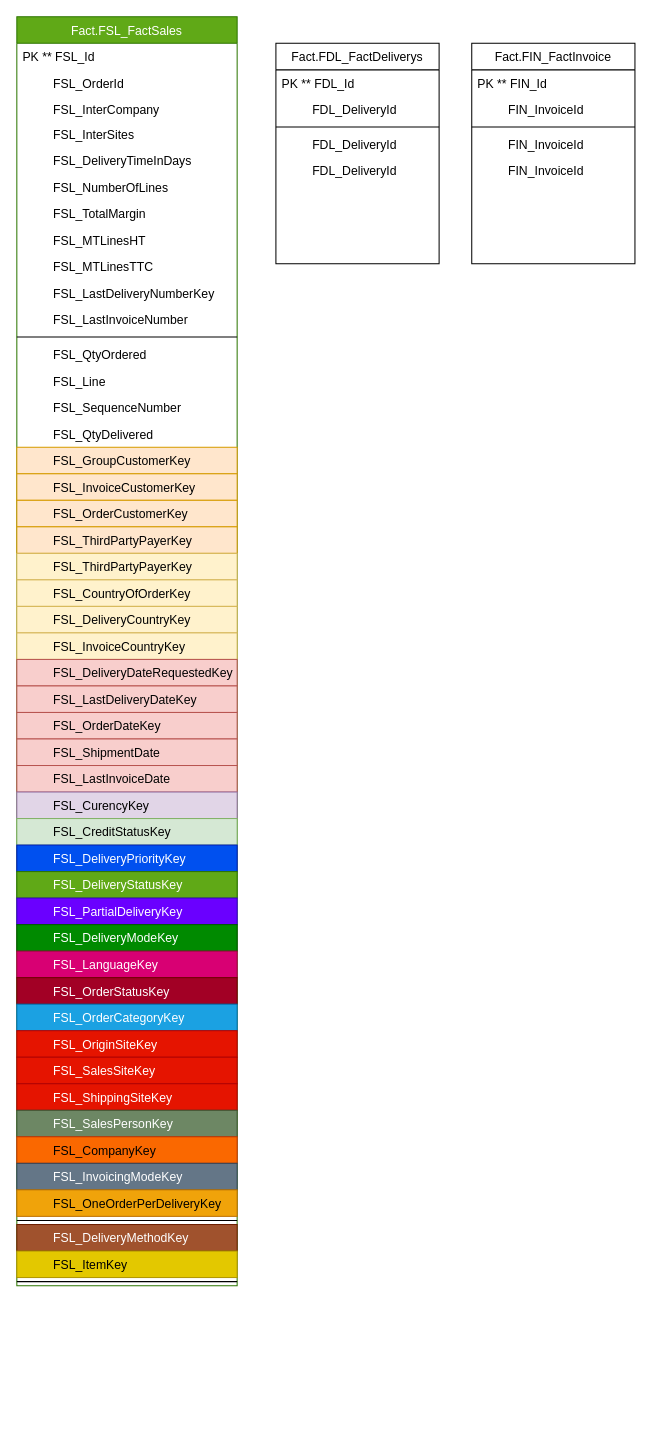
This is Diagramme sans nom.drawio from BorchaniMohamed/BI_PROJECT_PFE, a draw.io file, before an edit. Source tidied: cells renumbered, new cells numbered last; positions are measured from the earlier drawing's top-left corner, leaving out a move shared by most shapes. Both pictures are drawn from the tidied source at 102%, with x=0, y=0 at pixel (16, 16).
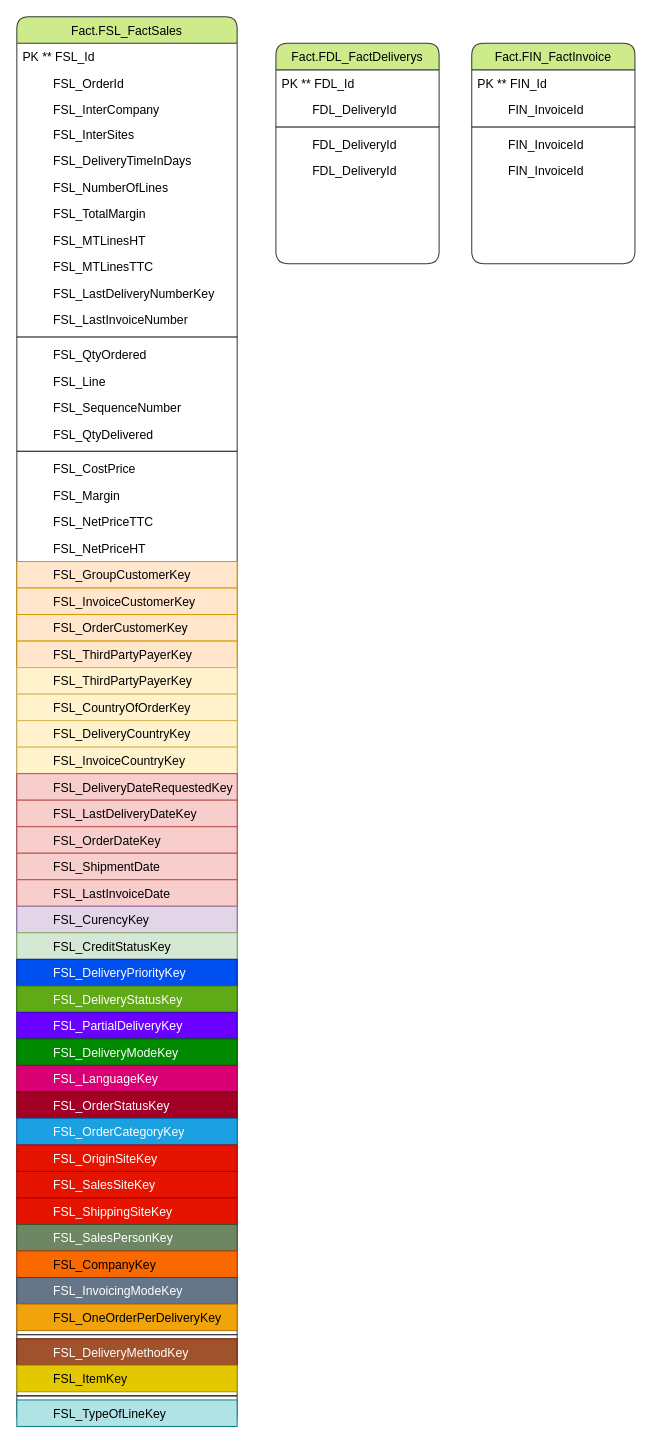
The same diagram, later.

Commit message (it also covers changes not shown here):
Mettre à jour Diagramme sans nom.drawio

The edit, as a diff of the source:
```diff
@@
-    <mxCell id="2" value="Fact.FDL_FactDeliverys" style="swimlane;fontStyle=0;align=center;verticalAlign=top;horizontal=1;startSize=26;rounded=0;shadow=0;strokeWidth=1;" parent="1" vertex="1">
+    <mxCell id="2" value="Fact.FDL_FactDeliverys" style="swimlane;fontStyle=0;align=center;verticalAlign=top;horizontal=1;startSize=26;rounded=1;shadow=0;strokeWidth=1;fillColor=#cdeb8b;strokeColor=#36393d;" parent="1" vertex="1">
       <mxGeometry x="254" y="26" width="160" height="216" as="geometry" />
     </mxCell>
@@
-    <mxCell id="8" value="Fact.FIN_FactInvoice" style="swimlane;fontStyle=0;align=center;verticalAlign=top;horizontal=1;startSize=26;rounded=0;shadow=0;strokeWidth=1;" parent="1" vertex="1">
+    <mxCell id="8" value="Fact.FIN_FactInvoice" style="swimlane;fontStyle=0;align=center;verticalAlign=top;horizontal=1;startSize=26;rounded=1;shadow=0;strokeWidth=1;fillColor=#cdeb8b;strokeColor=#36393d;" parent="1" vertex="1">
       <mxGeometry x="446" y="26" width="160" height="216" as="geometry" />
     </mxCell>
@@
-    <mxCell id="14" value="Fact.FSL_FactSales" style="swimlane;fontStyle=0;align=center;verticalAlign=top;horizontal=1;startSize=26;rounded=0;shadow=0;strokeWidth=1;fillColor=#60a917;fontColor=#ffffff;strokeColor=#2D7600;" parent="1" vertex="1">
-      <mxGeometry width="216" height="1244" as="geometry" />
+    <mxCell id="14" value="Fact.FSL_FactSales" style="swimlane;fontStyle=0;align=center;verticalAlign=top;horizontal=1;startSize=26;rounded=1;shadow=0;strokeWidth=1;fillStyle=auto;fillColor=#cdeb8b;strokeColor=#36393d;" parent="1" vertex="1">
+      <mxGeometry width="216" height="1382" as="geometry" />
     </mxCell>
@@
+    <mxCell id="64" style="line;html=1;strokeWidth=1;align=left;verticalAlign=middle;spacingTop=-1;spacingLeft=3;spacingRight=3;labelPosition=right;" parent="14" vertex="1">
+      <mxGeometry y="422" width="216" height="8" as="geometry" />
+    </mxCell>
+    <mxCell id="65" value="         FSL_CostPrice " style="text;align=left;verticalAlign=top;spacingLeft=4;spacingRight=4;overflow=hidden;rounded=0;shadow=0;html=0;" parent="14" vertex="1">
+      <mxGeometry y="430" width="216" height="26" as="geometry" />
+    </mxCell>
+    <mxCell id="66" value="         FSL_Margin" style="text;align=left;verticalAlign=top;spacingLeft=4;spacingRight=4;overflow=hidden;rounded=0;shadow=0;html=0;" parent="14" vertex="1">
+      <mxGeometry y="456" width="216" height="26" as="geometry" />
+    </mxCell>
+    <mxCell id="67" value="         FSL_NetPriceTTC " style="text;align=left;verticalAlign=top;spacingLeft=4;spacingRight=4;overflow=hidden;rounded=0;shadow=0;html=0;" parent="14" vertex="1">
+      <mxGeometry y="482" width="216" height="26" as="geometry" />
+    </mxCell>
+    <mxCell id="68" value="         FSL_NetPriceHT " style="text;align=left;verticalAlign=top;spacingLeft=4;spacingRight=4;overflow=hidden;rounded=0;shadow=0;html=0;" parent="14" vertex="1">
+      <mxGeometry y="508" width="216" height="26" as="geometry" />
+    </mxCell>
     <mxCell id="31" value="         FSL_GroupCustomerKey" style="text;align=left;verticalAlign=top;spacingLeft=4;spacingRight=4;overflow=hidden;rounded=0;shadow=0;html=0;fillColor=#ffe6cc;strokeColor=#d79b00;" parent="14" vertex="1">
-      <mxGeometry y="422" width="216" height="26" as="geometry" />
+      <mxGeometry y="534" width="216" height="26" as="geometry" />
     </mxCell>
     <mxCell id="32" value="         FSL_InvoiceCustomerKey" style="text;align=left;verticalAlign=top;spacingLeft=4;spacingRight=4;overflow=hidden;rounded=0;shadow=0;html=0;fillColor=#ffe6cc;strokeColor=#d79b00;" parent="14" vertex="1">
-      <mxGeometry y="448" width="216" height="26" as="geometry" />
+      <mxGeometry y="560" width="216" height="26" as="geometry" />
     </mxCell>
     <mxCell id="33" value="         FSL_OrderCustomerKey" style="text;align=left;verticalAlign=top;spacingLeft=4;spacingRight=4;overflow=hidden;rounded=0;shadow=0;html=0;fillColor=#ffe6cc;strokeColor=#d79b00;" parent="14" vertex="1">
-      <mxGeometry y="474" width="216" height="26" as="geometry" />
+      <mxGeometry y="586" width="216" height="26" as="geometry" />
     </mxCell>
     <mxCell id="34" value="         FSL_ThirdPartyPayerKey" style="text;align=left;verticalAlign=top;spacingLeft=4;spacingRight=4;overflow=hidden;rounded=0;shadow=0;html=0;fillColor=#ffe6cc;strokeColor=#d79b00;" parent="14" vertex="1">
-      <mxGeometry y="500" width="216" height="26" as="geometry" />
+      <mxGeometry y="612" width="216" height="26" as="geometry" />
     </mxCell>
     <mxCell id="35" value="         FSL_ThirdPartyPayerKey" style="text;align=left;verticalAlign=top;spacingLeft=4;spacingRight=4;overflow=hidden;rounded=0;shadow=0;html=0;fillColor=#fff2cc;strokeColor=#d6b656;" parent="14" vertex="1">
-      <mxGeometry y="526" width="216" height="26" as="geometry" />
+      <mxGeometry y="638" width="216" height="26" as="geometry" />
     </mxCell>
     <mxCell id="36" value="         FSL_CountryOfOrderKey" style="text;align=left;verticalAlign=top;spacingLeft=4;spacingRight=4;overflow=hidden;rounded=0;shadow=0;html=0;fillColor=#fff2cc;strokeColor=#d6b656;" parent="14" vertex="1">
-      <mxGeometry y="552" width="216" height="26" as="geometry" />
+      <mxGeometry y="664" width="216" height="26" as="geometry" />
     </mxCell>
     <mxCell id="37" value="         FSL_DeliveryCountryKey" style="text;align=left;verticalAlign=top;spacingLeft=4;spacingRight=4;overflow=hidden;rounded=0;shadow=0;html=0;fillColor=#fff2cc;strokeColor=#d6b656;" parent="14" vertex="1">
-      <mxGeometry y="578" width="216" height="26" as="geometry" />
+      <mxGeometry y="690" width="216" height="26" as="geometry" />
     </mxCell>
     <mxCell id="38" value="         FSL_InvoiceCountryKey" style="text;align=left;verticalAlign=top;spacingLeft=4;spacingRight=4;overflow=hidden;rounded=0;shadow=0;html=0;fillColor=#fff2cc;strokeColor=#d6b656;" parent="14" vertex="1">
-      <mxGeometry y="604" width="216" height="26" as="geometry" />
+      <mxGeometry y="716" width="216" height="26" as="geometry" />
     </mxCell>
     <mxCell id="39" value="         FSL_DeliveryDateRequestedKey" style="text;align=left;verticalAlign=top;spacingLeft=4;spacingRight=4;overflow=hidden;rounded=0;shadow=0;html=0;fillColor=#f8cecc;strokeColor=#b85450;" parent="14" vertex="1">
-      <mxGeometry y="630" width="216" height="26" as="geometry" />
+      <mxGeometry y="742" width="216" height="26" as="geometry" />
     </mxCell>
     <mxCell id="40" value="         FSL_LastDeliveryDateKey" style="text;align=left;verticalAlign=top;spacingLeft=4;spacingRight=4;overflow=hidden;rounded=0;shadow=0;html=0;fillColor=#f8cecc;strokeColor=#b85450;" parent="14" vertex="1">
-      <mxGeometry y="656" width="216" height="26" as="geometry" />
+      <mxGeometry y="768" width="216" height="26" as="geometry" />
     </mxCell>
     <mxCell id="41" value="         FSL_OrderDateKey" style="text;align=left;verticalAlign=top;spacingLeft=4;spacingRight=4;overflow=hidden;rounded=0;shadow=0;html=0;fillColor=#f8cecc;strokeColor=#b85450;" parent="14" vertex="1">
-      <mxGeometry y="682" width="216" height="26" as="geometry" />
+      <mxGeometry y="794" width="216" height="26" as="geometry" />
     </mxCell>
     <mxCell id="42" value="         FSL_ShipmentDate" style="text;align=left;verticalAlign=top;spacingLeft=4;spacingRight=4;overflow=hidden;rounded=0;shadow=0;html=0;fillColor=#f8cecc;strokeColor=#b85450;" parent="14" vertex="1">
-      <mxGeometry y="708" width="216" height="26" as="geometry" />
+      <mxGeometry y="820" width="216" height="26" as="geometry" />
     </mxCell>
     <mxCell id="43" value="         FSL_LastInvoiceDate" style="text;align=left;verticalAlign=top;spacingLeft=4;spacingRight=4;overflow=hidden;rounded=0;shadow=0;html=0;fillColor=#f8cecc;strokeColor=#b85450;" parent="14" vertex="1">
-      <mxGeometry y="734" width="216" height="26" as="geometry" />
+      <mxGeometry y="846" width="216" height="26" as="geometry" />
     </mxCell>
     <mxCell id="44" value="         FSL_CurencyKey" style="text;align=left;verticalAlign=top;spacingLeft=4;spacingRight=4;overflow=hidden;rounded=0;shadow=0;html=0;fillColor=#e1d5e7;strokeColor=#9673a6;" parent="14" vertex="1">
-      <mxGeometry y="760" width="216" height="26" as="geometry" />
+      <mxGeometry y="872" width="216" height="26" as="geometry" />
     </mxCell>
     <mxCell id="45" value="         FSL_CreditStatusKey" style="text;align=left;verticalAlign=top;spacingLeft=4;spacingRight=4;overflow=hidden;rounded=0;shadow=0;html=0;fillColor=#d5e8d4;strokeColor=#82b366;" parent="14" vertex="1">
-      <mxGeometry y="786" width="216" height="26" as="geometry" />
+      <mxGeometry y="898" width="216" height="26" as="geometry" />
     </mxCell>
     <mxCell id="46" value="         FSL_DeliveryPriorityKey" style="text;align=left;verticalAlign=top;spacingLeft=4;spacingRight=4;overflow=hidden;rounded=0;shadow=0;html=0;fillColor=#0050ef;strokeColor=#001DBC;fontColor=#ffffff;" parent="14" vertex="1">
-      <mxGeometry y="812" width="216" height="26" as="geometry" />
+      <mxGeometry y="924" width="216" height="26" as="geometry" />
     </mxCell>
     <mxCell id="47" value="         FSL_DeliveryStatusKey" style="text;align=left;verticalAlign=top;spacingLeft=4;spacingRight=4;overflow=hidden;rounded=0;shadow=0;html=0;fillColor=#60a917;strokeColor=#2D7600;fontColor=#ffffff;" parent="14" vertex="1">
-      <mxGeometry y="838" width="216" height="26" as="geometry" />
+      <mxGeometry y="950" width="216" height="26" as="geometry" />
     </mxCell>
     <mxCell id="48" value="         FSL_PartialDeliveryKey" style="text;align=left;verticalAlign=top;spacingLeft=4;spacingRight=4;overflow=hidden;rounded=0;shadow=0;html=0;fillColor=#6a00ff;strokeColor=#3700CC;fontColor=#ffffff;" parent="14" vertex="1">
-      <mxGeometry y="864" width="216" height="26" as="geometry" />
+      <mxGeometry y="976" width="216" height="26" as="geometry" />
     </mxCell>
     <mxCell id="49" value="         FSL_DeliveryModeKey" style="text;align=left;verticalAlign=top;spacingLeft=4;spacingRight=4;overflow=hidden;rounded=0;shadow=0;html=0;fillColor=#008a00;strokeColor=#005700;fontColor=#ffffff;" parent="14" vertex="1">
-      <mxGeometry y="890" width="216" height="26" as="geometry" />
+      <mxGeometry y="1002" width="216" height="26" as="geometry" />
     </mxCell>
     <mxCell id="50" value="         FSL_LanguageKey" style="text;align=left;verticalAlign=top;spacingLeft=4;spacingRight=4;overflow=hidden;rounded=0;shadow=0;html=0;fillColor=#d80073;strokeColor=#A50040;fontColor=#ffffff;" parent="14" vertex="1">
-      <mxGeometry y="916" width="216" height="26" as="geometry" />
+      <mxGeometry y="1028" width="216" height="26" as="geometry" />
     </mxCell>
     <mxCell id="51" value="         FSL_OrderStatusKey" style="text;align=left;verticalAlign=top;spacingLeft=4;spacingRight=4;overflow=hidden;rounded=0;shadow=0;html=0;fillColor=#a20025;strokeColor=#6F0000;fontColor=#ffffff;" parent="14" vertex="1">
-      <mxGeometry y="942" width="216" height="26" as="geometry" />
+      <mxGeometry y="1054" width="216" height="26" as="geometry" />
     </mxCell>
     <mxCell id="52" value="         FSL_OrderCategoryKey" style="text;align=left;verticalAlign=top;spacingLeft=4;spacingRight=4;overflow=hidden;rounded=0;shadow=0;html=0;fillColor=#1ba1e2;strokeColor=#006EAF;fontColor=#ffffff;" parent="14" vertex="1">
-      <mxGeometry y="968" width="216" height="26" as="geometry" />
+      <mxGeometry y="1080" width="216" height="26" as="geometry" />
     </mxCell>
     <mxCell id="53" value="         FSL_OriginSiteKey" style="text;align=left;verticalAlign=top;spacingLeft=4;spacingRight=4;overflow=hidden;rounded=0;shadow=0;html=0;fillColor=#e51400;strokeColor=#B20000;fontColor=#ffffff;" parent="14" vertex="1">
-      <mxGeometry y="994" width="216" height="26" as="geometry" />
+      <mxGeometry y="1106" width="216" height="26" as="geometry" />
     </mxCell>
     <mxCell id="54" value="         FSL_SalesSiteKey" style="text;align=left;verticalAlign=top;spacingLeft=4;spacingRight=4;overflow=hidden;rounded=0;shadow=0;html=0;fillColor=#e51400;strokeColor=#B20000;fontColor=#ffffff;" parent="14" vertex="1">
-      <mxGeometry y="1020" width="216" height="26" as="geometry" />
+      <mxGeometry y="1132" width="216" height="26" as="geometry" />
     </mxCell>
     <mxCell id="55" value="         FSL_ShippingSiteKey" style="text;align=left;verticalAlign=top;spacingLeft=4;spacingRight=4;overflow=hidden;rounded=0;shadow=0;html=0;fillColor=#e51400;strokeColor=#B20000;fontColor=#ffffff;" parent="14" vertex="1">
-      <mxGeometry y="1046" width="216" height="26" as="geometry" />
+      <mxGeometry y="1158" width="216" height="26" as="geometry" />
     </mxCell>
     <mxCell id="56" value="         FSL_SalesPersonKey" style="text;align=left;verticalAlign=top;spacingLeft=4;spacingRight=4;overflow=hidden;rounded=0;shadow=0;html=0;fillColor=#6d8764;strokeColor=#3A5431;fontColor=#ffffff;" parent="14" vertex="1">
-      <mxGeometry y="1072" width="216" height="26" as="geometry" />
+      <mxGeometry y="1184" width="216" height="26" as="geometry" />
     </mxCell>
     <mxCell id="57" value="         FSL_CompanyKey" style="text;align=left;verticalAlign=top;spacingLeft=4;spacingRight=4;overflow=hidden;rounded=0;shadow=0;html=0;fillColor=#fa6800;strokeColor=#C73500;fontColor=#000000;" parent="14" vertex="1">
-      <mxGeometry y="1098" width="216" height="26" as="geometry" />
+      <mxGeometry y="1210" width="216" height="26" as="geometry" />
     </mxCell>
     <mxCell id="58" value="         FSL_InvoicingModeKey" style="text;align=left;verticalAlign=top;spacingLeft=4;spacingRight=4;overflow=hidden;rounded=0;shadow=0;html=0;fillColor=#647687;strokeColor=#314354;fontColor=#ffffff;" parent="14" vertex="1">
-      <mxGeometry y="1124" width="216" height="26" as="geometry" />
+      <mxGeometry y="1236" width="216" height="26" as="geometry" />
     </mxCell>
     <mxCell id="59" value="         FSL_OneOrderPerDeliveryKey" style="text;align=left;verticalAlign=top;spacingLeft=4;spacingRight=4;overflow=hidden;rounded=0;shadow=0;html=0;fillColor=#f0a30a;strokeColor=#BD7000;fontColor=#000000;" parent="14" vertex="1">
-      <mxGeometry y="1150" width="216" height="26" as="geometry" />
+      <mxGeometry y="1262" width="216" height="26" as="geometry" />
     </mxCell>
     <mxCell id="60" style="line;html=1;strokeWidth=1;align=left;verticalAlign=middle;spacingTop=-1;spacingLeft=3;spacingRight=3;labelPosition=right;" parent="14" vertex="1">
-      <mxGeometry y="1176" width="216" height="8" as="geometry" />
+      <mxGeometry y="1288" width="216" height="8" as="geometry" />
     </mxCell>
     <mxCell id="61" value="         FSL_DeliveryMethodKey " style="text;align=left;verticalAlign=top;spacingLeft=4;spacingRight=4;overflow=hidden;rounded=0;shadow=0;html=0;fillColor=#a0522d;fontColor=#ffffff;strokeColor=#6D1F00;" parent="14" vertex="1">
-      <mxGeometry y="1184" width="216" height="26" as="geometry" />
+      <mxGeometry y="1296" width="216" height="26" as="geometry" />
     </mxCell>
     <mxCell id="62" value="         FSL_ItemKey " style="text;align=left;verticalAlign=top;spacingLeft=4;spacingRight=4;overflow=hidden;rounded=0;shadow=0;html=0;fillColor=#e3c800;fontColor=#000000;strokeColor=#B09500;" parent="14" vertex="1">
-      <mxGeometry y="1210" width="216" height="26" as="geometry" />
+      <mxGeometry y="1322" width="216" height="26" as="geometry" />
     </mxCell>
     <mxCell id="63" style="line;html=1;strokeWidth=1;align=left;verticalAlign=middle;spacingTop=-1;spacingLeft=3;spacingRight=3;labelPosition=right;" parent="14" vertex="1">
-      <mxGeometry y="1236" width="216" height="8" as="geometry" />
+      <mxGeometry y="1348" width="216" height="8" as="geometry" />
     </mxCell>
+    <mxCell id="69" value="         FSL_TypeOfLineKey " style="text;align=left;verticalAlign=top;spacingLeft=4;spacingRight=4;overflow=hidden;rounded=0;shadow=0;html=0;fillColor=#b0e3e6;strokeColor=#0e8088;" parent="14" vertex="1">
+      <mxGeometry y="1356" width="216" height="26" as="geometry" />
+    </mxCell>
```
